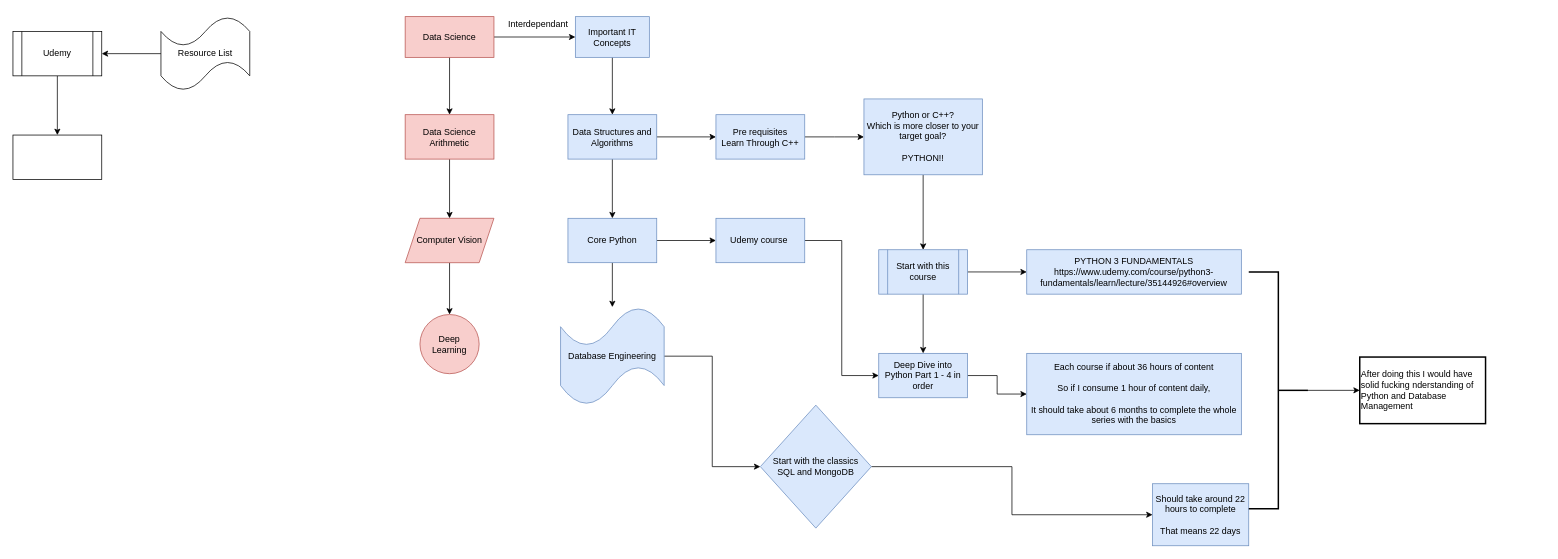
This is Plan-Future-Learning.drawio from puranjayyadav/AGV-BOSCH, a draw.io file, before an edit. Source tidied: cells renumbered, new cells numbered last; positions are measured from the earlier drawing's top-left corner, leaving out a move shared by most shapes. Both pictures are drawn from the tidied source at 74%, with x=0, y=0 at pixel (13, 13).
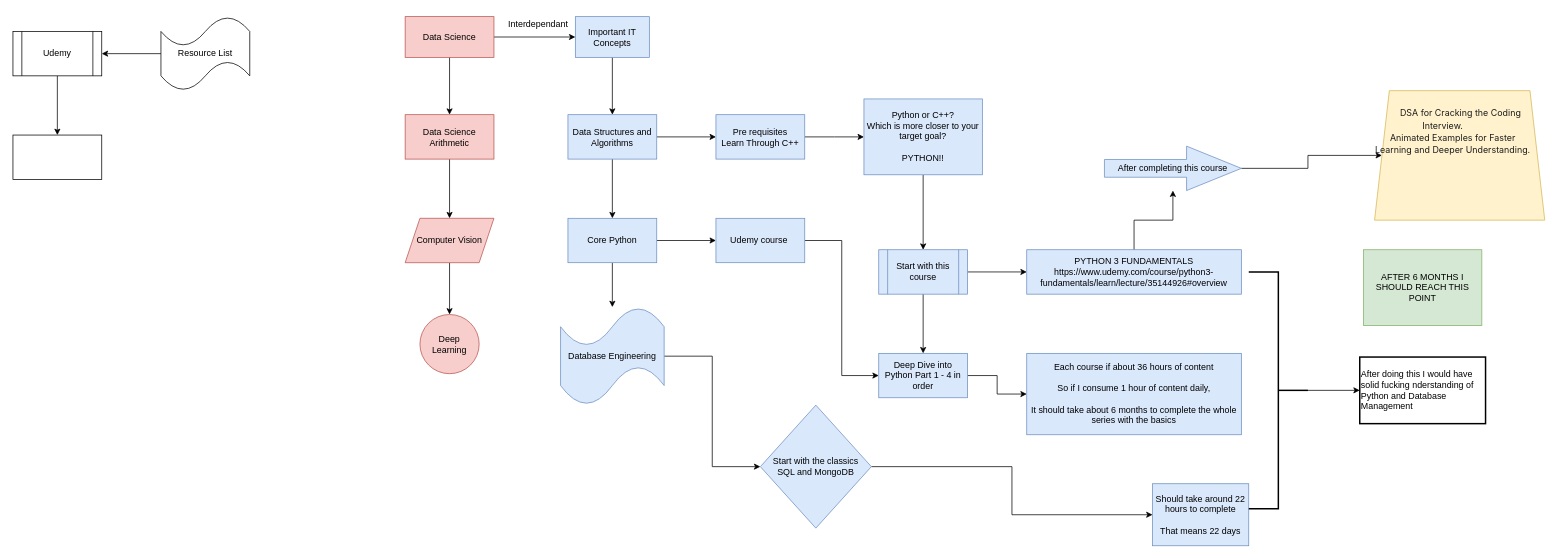
The same page after the edit.

Unchanged cells that the change refers to:
```xml
<mxCell id="35" value="PYTHON 3 FUNDAMENTALS&lt;br&gt;https://www.udemy.com/course/python3-fundamentals/learn/lecture/35144926#overview" style="whiteSpace=wrap;html=1;fillColor=#dae8fc;strokeColor=#6c8ebf;rounded=0;gradientColor=none;" parent="1" vertex="1">
  <mxGeometry x="1370" y="320" width="290" height="60" as="geometry" />
</mxCell>
```

Diff of the diagram source:
```diff
@@
+    <mxCell id="45" style="edgeStyle=orthogonalEdgeStyle;rounded=0;jettySize=auto;html=1;" parent="1" edge="1" source="35" target="48">
+      <mxGeometry relative="1" as="geometry" />
+    </mxCell>
@@
+    <mxCell id="46" value="AFTER 6 MONTHS I SHOULD REACH THIS POINT" style="whiteSpace=wrap;html=1;fillColor=#d5e8d4;strokeColor=#82b366;rounded=0;" parent="1" vertex="1">
+      <mxGeometry x="1825" y="320" width="160" height="102.5" as="geometry" />
+    </mxCell>
+    <mxCell id="47" style="edgeStyle=orthogonalEdgeStyle;rounded=0;jettySize=auto;html=1;" parent="1" edge="1" source="48" target="49">
+      <mxGeometry relative="1" as="geometry" />
+    </mxCell>
+    <mxCell id="48" value="After completing this course" style="shape=singleArrow;whiteSpace=wrap;html=1;arrowWidth=0.4;arrowSize=0.4;fillColor=#dae8fc;strokeColor=#6c8ebf;rounded=0;gradientColor=none;" parent="1" vertex="1">
+      <mxGeometry x="1475" y="180" width="185" height="60" as="geometry" />
+    </mxCell>
+    <mxCell id="49" value="&lt;div style=&quot;box-sizing: border-box; margin: 0px 0px 2.4rem; padding: 0px; font-family: &amp;quot;Udemy Sans&amp;quot;, &amp;quot;SF Pro Text&amp;quot;, -apple-system, BlinkMacSystemFont, Roboto, &amp;quot;Segoe UI&amp;quot;, Helvetica, Arial, sans-serif, &amp;quot;Apple Color Emoji&amp;quot;, &amp;quot;Segoe UI Emoji&amp;quot;, &amp;quot;Segoe UI Symbol&amp;quot;; line-height: 1.4; color: rgb(28, 29, 31); text-align: start;&quot; class=&quot;ud-text-md course-lead--course-title--2LxK6&quot;&gt;&lt;font style=&quot;font-size: 12px;&quot;&gt;&amp;nbsp; &amp;nbsp; &amp;nbsp; &amp;nbsp; &amp;nbsp; DSA for Cracking the Coding&amp;nbsp; &amp;nbsp; &amp;nbsp; &amp;nbsp; &amp;nbsp; &amp;nbsp; &amp;nbsp; &amp;nbsp; &amp;nbsp; &amp;nbsp; &amp;nbsp; &amp;nbsp; &amp;nbsp; &amp;nbsp; &amp;nbsp;Interview. &lt;br&gt;&amp;nbsp; &amp;nbsp; &amp;nbsp; Animated Examples for Faster Learning and Deeper Understanding.&lt;/font&gt;&lt;/div&gt;&lt;div style=&quot;box-sizing: border-box; margin: 0px 0px 1.6rem; padding: 0px; display: flex; color: rgb(28, 29, 31); font-family: &amp;quot;Udemy Sans&amp;quot;, &amp;quot;SF Pro Text&amp;quot;, -apple-system, BlinkMacSystemFont, Roboto, &amp;quot;Segoe UI&amp;quot;, Helvetica, Arial, sans-serif, &amp;quot;Apple Color Emoji&amp;quot;, &amp;quot;Segoe UI Emoji&amp;quot;, &amp;quot;Segoe UI Symbol&amp;quot;; font-size: 16px; text-align: start;&quot; class=&quot;course-lead--course-stats--2Szo- course-stats--course-stats--2KMtP&quot;&gt;&lt;div style=&quot;box-sizing: border-box; margin: 0px; padding: 0px;&quot;&gt;&lt;/div&gt;&lt;/div&gt;" style="shape=trapezoid;perimeter=trapezoidPerimeter;whiteSpace=wrap;html=1;fixedSize=1;fillColor=#fff2cc;strokeColor=#d6b656;rounded=0;" parent="1" vertex="1">
+      <mxGeometry x="1840" y="105" width="230" height="175" as="geometry" />
+    </mxCell>
```
